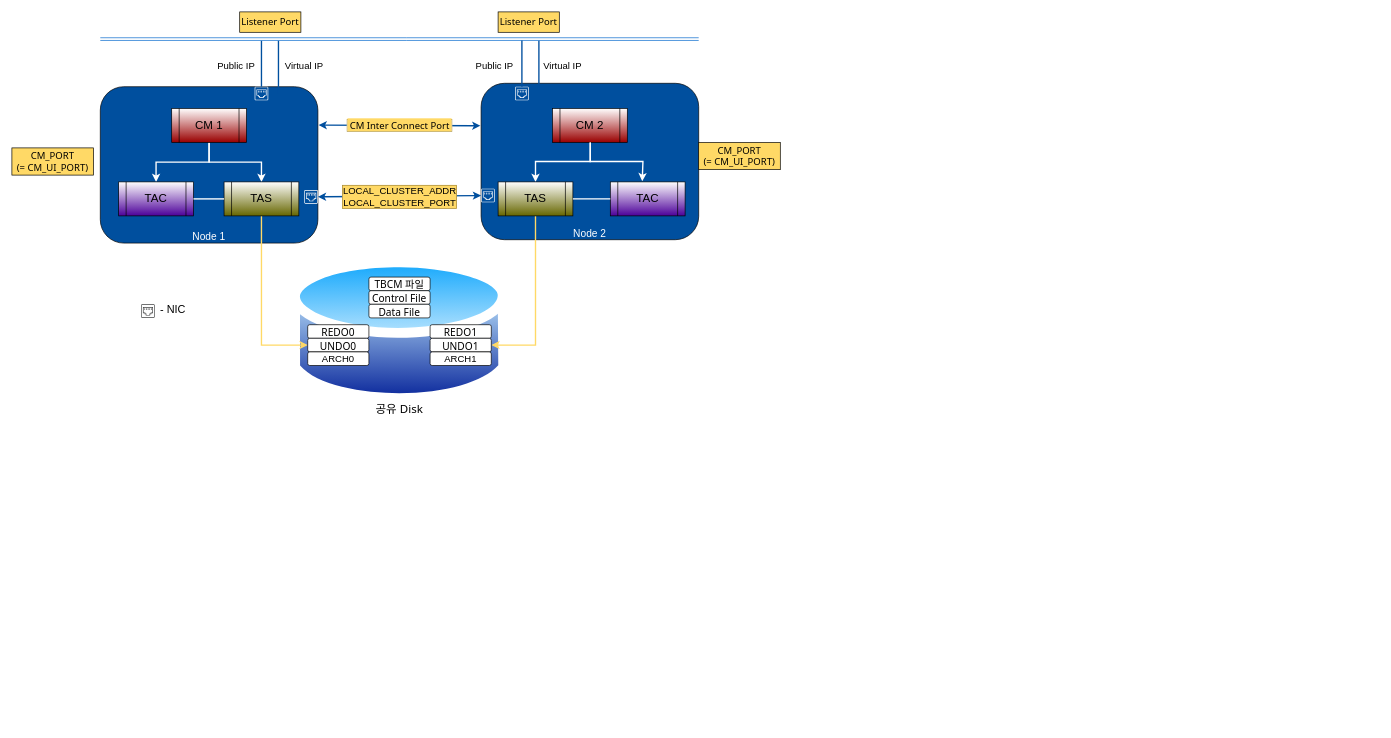
Before: 제목 없는 다이어그램.drawio in jaden7856/AD_Target_Architecture, a draw.io diagram. Source tidied: cells renumbered, new cells numbered last; positions are measured from the earlier drawing's top-left corner, leaving out a move shared by most shapes. Both pictures are drawn from the tidied source at 68%, with x=0, y=0 at pixel (12, 12).
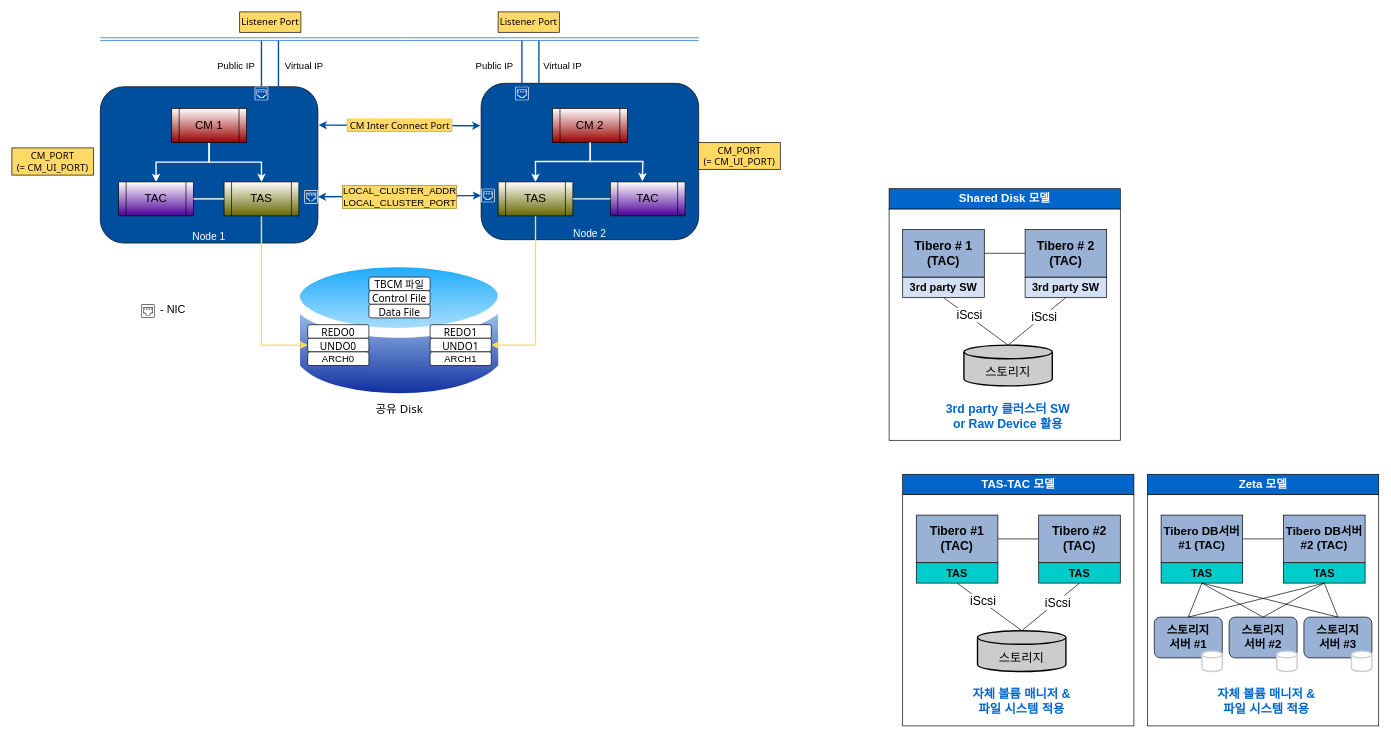
After the change.

Commit message:
제목 없는 다이어그램.drawio 업데이트

Change to the diagram source:
```diff
@@
+    <mxCell id="57" style="group;" parent="1" vertex="1">
+      <mxGeometry x="1290" y="260" width="340" height="370" as="geometry" />
+    </mxCell>
+    <mxCell id="58" style="rounded=0;whiteSpace=wrap;html=1;labelBackgroundColor=none;fontSize=18;fontColor=#0066CC;fillColor=#0066CC;" parent="57" vertex="1">
+      <mxGeometry width="340" height="30" as="geometry" />
+    </mxCell>
+    <mxCell id="59" value="Shared Disk 모델" style="text;html=1;strokeColor=none;fillColor=none;align=center;verticalAlign=middle;whiteSpace=wrap;rounded=0;fontSize=17;fontStyle=1;labelBackgroundColor=none;fontColor=#FFFFFF;" parent="57" vertex="1">
+      <mxGeometry x="100" width="140" height="30" as="geometry" />
+    </mxCell>
+    <mxCell id="60" style="rounded=0;whiteSpace=wrap;html=1;labelBackgroundColor=#0066CC;fontSize=17;" parent="57" vertex="1">
+      <mxGeometry y="30" width="340" height="340" as="geometry" />
+    </mxCell>
+    <mxCell id="61" style="group;" parent="57" vertex="1">
+      <mxGeometry x="20" y="60" width="120" height="100" as="geometry" />
+    </mxCell>
+    <mxCell id="62" style="rounded=0;whiteSpace=wrap;html=1;labelBackgroundColor=#D4E1F5;fontSize=18;fillColor=#D4E1F5;" parent="61" vertex="1">
+      <mxGeometry y="70" width="120" height="30" as="geometry" />
+    </mxCell>
+    <mxCell id="63" style="rounded=0;whiteSpace=wrap;html=1;labelBackgroundColor=#D4E1F5;fontSize=18;fillColor=#98B1D4;" parent="61" vertex="1">
+      <mxGeometry width="120" height="70" as="geometry" />
+    </mxCell>
+    <mxCell id="64" value="&lt;span style=&quot;font-family: &amp;quot;맑은 고딕&amp;quot;; font-size: 16px; text-align: justify;&quot;&gt;3rd party SW&lt;/span&gt;" style="text;html=1;strokeColor=none;fillColor=none;align=center;verticalAlign=middle;whiteSpace=wrap;rounded=0;labelBackgroundColor=none;fontSize=16;fontStyle=1;" parent="61" vertex="1">
+      <mxGeometry y="70" width="120" height="30" as="geometry" />
+    </mxCell>
+    <mxCell id="65" value="Tibero # 1&lt;br style=&quot;font-size: 18px;&quot;&gt;(TAC)" style="text;html=1;strokeColor=none;fillColor=none;align=center;verticalAlign=middle;whiteSpace=wrap;rounded=0;labelBackgroundColor=none;fontSize=18;fontStyle=1;" parent="61" vertex="1">
+      <mxGeometry width="120" height="70" as="geometry" />
+    </mxCell>
+    <mxCell id="66" style="group;" parent="57" vertex="1">
+      <mxGeometry x="200" y="60" width="120" height="100" as="geometry" />
+    </mxCell>
+    <mxCell id="67" style="rounded=0;whiteSpace=wrap;html=1;labelBackgroundColor=#D4E1F5;fontSize=18;fillColor=#D4E1F5;" parent="66" vertex="1">
+      <mxGeometry y="70" width="120" height="30" as="geometry" />
+    </mxCell>
+    <mxCell id="68" style="rounded=0;whiteSpace=wrap;html=1;labelBackgroundColor=#D4E1F5;fontSize=18;fillColor=#98B1D4;" parent="66" vertex="1">
+      <mxGeometry width="120" height="70" as="geometry" />
+    </mxCell>
+    <mxCell id="69" value="&lt;span style=&quot;font-family: &amp;quot;맑은 고딕&amp;quot;; font-size: 16px; text-align: justify;&quot;&gt;3rd party SW&lt;/span&gt;" style="text;html=1;strokeColor=none;fillColor=none;align=center;verticalAlign=middle;whiteSpace=wrap;rounded=0;labelBackgroundColor=none;fontSize=16;fontStyle=1;" parent="66" vertex="1">
+      <mxGeometry y="70" width="120" height="30" as="geometry" />
+    </mxCell>
+    <mxCell id="70" value="Tibero # 2&lt;br style=&quot;font-size: 18px;&quot;&gt;(TAC)" style="text;html=1;strokeColor=none;fillColor=none;align=center;verticalAlign=middle;whiteSpace=wrap;rounded=0;labelBackgroundColor=none;fontSize=18;fontStyle=1;" parent="66" vertex="1">
+      <mxGeometry width="120" height="70" as="geometry" />
+    </mxCell>
+    <mxCell id="71" style="group;fillColor=default;" parent="57" vertex="1">
+      <mxGeometry x="110" y="230" width="130" height="60" as="geometry" />
+    </mxCell>
+    <mxCell id="72" style="strokeWidth=2;html=1;shape=mxgraph.flowchart.database;whiteSpace=wrap;labelBackgroundColor=none;fontSize=18;fillColor=#CCCCCC;" parent="71" vertex="1">
+      <mxGeometry width="130" height="60" as="geometry" />
+    </mxCell>
+    <mxCell id="73" value="스토리지" style="text;html=1;strokeColor=none;fillColor=none;align=center;verticalAlign=middle;whiteSpace=wrap;rounded=0;labelBackgroundColor=none;fontSize=18;" parent="71" vertex="1">
+      <mxGeometry x="25" y="25" width="80" height="30" as="geometry" />
+    </mxCell>
+    <mxCell id="74" style="endArrow=none;html=1;rounded=0;fontSize=18;entryX=0;entryY=0.5;entryDx=0;entryDy=0;exitX=1;exitY=0.5;exitDx=0;exitDy=0;" parent="57" edge="1" source="65" target="70">
+      <mxGeometry relative="1" as="geometry" />
+    </mxCell>
+    <mxCell id="75" style="endArrow=none;html=1;rounded=0;fontSize=18;entryX=0.5;entryY=1;entryDx=0;entryDy=0;exitX=0.5;exitY=0;exitDx=0;exitDy=0;exitPerimeter=0;" parent="57" edge="1" source="72" target="69">
+      <mxGeometry relative="1" as="geometry" />
+    </mxCell>
+    <mxCell id="76" value="iScsi" style="edgeLabel;html=1;align=center;verticalAlign=middle;fontSize=18;" parent="75" vertex="1">
+      <mxGeometry x="0.21" y="-1" relative="1" as="geometry" />
+    </mxCell>
+    <mxCell id="77" style="endArrow=none;html=1;rounded=0;fontSize=18;entryX=0.5;entryY=1;entryDx=0;entryDy=0;exitX=0.5;exitY=0;exitDx=0;exitDy=0;exitPerimeter=0;" parent="57" edge="1" source="72" target="64">
+      <mxGeometry relative="1" as="geometry" />
+    </mxCell>
+    <mxCell id="78" value="iScsi" style="edgeLabel;html=1;align=center;verticalAlign=middle;fontSize=18;" parent="77" vertex="1">
+      <mxGeometry x="0.24" y="-2" relative="1" as="geometry" />
+    </mxCell>
+    <mxCell id="79" value="3rd party 클러스터 SW &lt;br&gt;or Raw Device 활용" style="text;html=1;strokeColor=none;fillColor=none;align=center;verticalAlign=middle;whiteSpace=wrap;rounded=0;labelBackgroundColor=none;fontSize=18;fontColor=#0066CC;fontStyle=1;" parent="57" vertex="1">
+      <mxGeometry x="60" y="320" width="230" height="30" as="geometry" />
+    </mxCell>
+    <mxCell id="80" style="group;" parent="1" vertex="1">
+      <mxGeometry x="1310" y="680" width="340" height="370" as="geometry" />
+    </mxCell>
+    <mxCell id="81" style="rounded=0;whiteSpace=wrap;html=1;labelBackgroundColor=none;fontSize=18;fontColor=#0066CC;fillColor=#0066CC;" parent="80" vertex="1">
+      <mxGeometry width="340" height="30" as="geometry" />
+    </mxCell>
+    <mxCell id="82" value="TAS-TAC 모델" style="text;html=1;strokeColor=none;fillColor=none;align=center;verticalAlign=middle;whiteSpace=wrap;rounded=0;fontSize=17;fontStyle=1;labelBackgroundColor=none;fontColor=#FFFFFF;" parent="80" vertex="1">
+      <mxGeometry x="100" width="140" height="30" as="geometry" />
+    </mxCell>
+    <mxCell id="83" style="rounded=0;whiteSpace=wrap;html=1;labelBackgroundColor=#0066CC;fontSize=17;" parent="80" vertex="1">
+      <mxGeometry y="30" width="340" height="340" as="geometry" />
+    </mxCell>
+    <mxCell id="84" style="group;" parent="80" vertex="1">
+      <mxGeometry x="20" y="60" width="120" height="100" as="geometry" />
+    </mxCell>
+    <mxCell id="85" style="rounded=0;whiteSpace=wrap;html=1;labelBackgroundColor=#D4E1F5;fontSize=18;fillColor=#00CCCC;" parent="84" vertex="1">
+      <mxGeometry y="70" width="120" height="30" as="geometry" />
+    </mxCell>
+    <mxCell id="86" style="rounded=0;whiteSpace=wrap;html=1;labelBackgroundColor=#D4E1F5;fontSize=18;fillColor=#98B1D4;" parent="84" vertex="1">
+      <mxGeometry width="120" height="70" as="geometry" />
+    </mxCell>
+    <mxCell id="87" value="Tibero #1&lt;br style=&quot;font-size: 18px;&quot;&gt;(TAC)" style="text;html=1;strokeColor=none;fillColor=none;align=center;verticalAlign=middle;whiteSpace=wrap;rounded=0;labelBackgroundColor=none;fontSize=18;fontStyle=1;" parent="84" vertex="1">
+      <mxGeometry width="120" height="70" as="geometry" />
+    </mxCell>
+    <mxCell id="88" value="&lt;span style=&quot;font-family: &amp;quot;맑은 고딕&amp;quot;; font-size: 16px; text-align: justify;&quot;&gt;TAS&lt;/span&gt;" style="text;html=1;strokeColor=none;fillColor=none;align=center;verticalAlign=middle;whiteSpace=wrap;rounded=0;labelBackgroundColor=none;fontSize=16;fontStyle=1;" parent="84" vertex="1">
+      <mxGeometry y="70" width="120" height="30" as="geometry" />
+    </mxCell>
+    <mxCell id="89" style="group;" parent="80" vertex="1">
+      <mxGeometry x="200" y="60" width="120" height="100" as="geometry" />
+    </mxCell>
+    <mxCell id="90" style="rounded=0;whiteSpace=wrap;html=1;labelBackgroundColor=#D4E1F5;fontSize=18;fillColor=#00CCCC;" parent="89" vertex="1">
+      <mxGeometry y="70" width="120" height="30" as="geometry" />
+    </mxCell>
+    <mxCell id="91" style="rounded=0;whiteSpace=wrap;html=1;labelBackgroundColor=#D4E1F5;fontSize=18;fillColor=#98B1D4;" parent="89" vertex="1">
+      <mxGeometry width="120" height="70" as="geometry" />
+    </mxCell>
+    <mxCell id="92" value="Tibero #2&lt;br style=&quot;font-size: 18px;&quot;&gt;(TAC)" style="text;html=1;strokeColor=none;fillColor=none;align=center;verticalAlign=middle;whiteSpace=wrap;rounded=0;labelBackgroundColor=none;fontSize=18;fontStyle=1;" parent="89" vertex="1">
+      <mxGeometry width="120" height="70" as="geometry" />
+    </mxCell>
+    <mxCell id="93" value="&lt;span style=&quot;font-family: &amp;quot;맑은 고딕&amp;quot;; font-size: 16px; text-align: justify;&quot;&gt;TAS&lt;/span&gt;" style="text;html=1;strokeColor=none;fillColor=none;align=center;verticalAlign=middle;whiteSpace=wrap;rounded=0;labelBackgroundColor=none;fontSize=16;fontStyle=1;" parent="89" vertex="1">
+      <mxGeometry y="70" width="120" height="30" as="geometry" />
+    </mxCell>
+    <mxCell id="94" style="group;fillColor=default;" parent="80" vertex="1">
+      <mxGeometry x="110" y="230" width="130" height="60" as="geometry" />
+    </mxCell>
+    <mxCell id="95" style="strokeWidth=2;html=1;shape=mxgraph.flowchart.database;whiteSpace=wrap;labelBackgroundColor=none;fontSize=18;fillColor=#CCCCCC;" parent="94" vertex="1">
+      <mxGeometry width="130" height="60" as="geometry" />
+    </mxCell>
+    <mxCell id="96" value="스토리지" style="text;html=1;strokeColor=none;fillColor=none;align=center;verticalAlign=middle;whiteSpace=wrap;rounded=0;labelBackgroundColor=none;fontSize=18;" parent="94" vertex="1">
+      <mxGeometry x="25" y="25" width="80" height="30" as="geometry" />
+    </mxCell>
+    <mxCell id="97" style="endArrow=none;html=1;rounded=0;fontSize=18;entryX=0;entryY=0.5;entryDx=0;entryDy=0;exitX=1;exitY=0.5;exitDx=0;exitDy=0;" parent="80" edge="1" source="87" target="92">
+      <mxGeometry relative="1" as="geometry" />
+    </mxCell>
+    <mxCell id="98" style="endArrow=none;html=1;rounded=0;fontSize=18;entryX=0.5;entryY=1;entryDx=0;entryDy=0;exitX=0.5;exitY=0;exitDx=0;exitDy=0;exitPerimeter=0;" parent="80" edge="1" source="95" target="93">
+      <mxGeometry relative="1" as="geometry" />
+    </mxCell>
+    <mxCell id="99" value="iScsi" style="edgeLabel;html=1;align=center;verticalAlign=middle;fontSize=18;" parent="98" vertex="1">
+      <mxGeometry x="0.21" y="-1" relative="1" as="geometry" />
+    </mxCell>
+    <mxCell id="100" style="endArrow=none;html=1;rounded=0;fontSize=18;entryX=0.5;entryY=1;entryDx=0;entryDy=0;exitX=0.5;exitY=0;exitDx=0;exitDy=0;exitPerimeter=0;" parent="80" edge="1" source="95" target="88">
+      <mxGeometry relative="1" as="geometry" />
+    </mxCell>
+    <mxCell id="101" value="iScsi" style="edgeLabel;html=1;align=center;verticalAlign=middle;fontSize=18;" parent="100" vertex="1">
+      <mxGeometry x="0.24" y="-2" relative="1" as="geometry" />
+    </mxCell>
+    <mxCell id="102" value="자체 볼륨 매니저 &amp;amp;&lt;br&gt;파일 시스템 적용" style="text;html=1;strokeColor=none;fillColor=none;align=center;verticalAlign=middle;whiteSpace=wrap;rounded=0;labelBackgroundColor=none;fontSize=18;fontColor=#0066CC;fontStyle=1;" parent="80" vertex="1">
+      <mxGeometry x="60" y="320" width="230" height="30" as="geometry" />
+    </mxCell>
+    <mxCell id="103" style="group;" parent="1" vertex="1">
+      <mxGeometry x="1670" y="680" width="340" height="370" as="geometry" />
+    </mxCell>
+    <mxCell id="104" style="rounded=0;whiteSpace=wrap;html=1;labelBackgroundColor=none;fontSize=18;fontColor=#0066CC;fillColor=#0066CC;" parent="103" vertex="1">
+      <mxGeometry width="340" height="30" as="geometry" />
+    </mxCell>
+    <mxCell id="105" value="Zeta 모델" style="text;html=1;strokeColor=none;fillColor=none;align=center;verticalAlign=middle;whiteSpace=wrap;rounded=0;fontSize=17;fontStyle=1;labelBackgroundColor=none;fontColor=#FFFFFF;" parent="103" vertex="1">
+      <mxGeometry x="100" width="140" height="30" as="geometry" />
+    </mxCell>
+    <mxCell id="106" style="rounded=0;whiteSpace=wrap;html=1;labelBackgroundColor=#0066CC;fontSize=17;" parent="103" vertex="1">
+      <mxGeometry y="30" width="340" height="340" as="geometry" />
+    </mxCell>
+    <mxCell id="107" style="group;" parent="103" vertex="1">
+      <mxGeometry x="20" y="60" width="120" height="100" as="geometry" />
+    </mxCell>
+    <mxCell id="108" style="rounded=0;whiteSpace=wrap;html=1;labelBackgroundColor=#D4E1F5;fontSize=18;fillColor=#00CCCC;" parent="107" vertex="1">
+      <mxGeometry y="70" width="120" height="30" as="geometry" />
+    </mxCell>
+    <mxCell id="109" style="rounded=0;whiteSpace=wrap;html=1;labelBackgroundColor=#D4E1F5;fontSize=18;fillColor=#98B1D4;" parent="107" vertex="1">
+      <mxGeometry width="120" height="70" as="geometry" />
+    </mxCell>
+    <mxCell id="110" value="Tibero DB서버 #1 (TAC)" style="text;html=1;strokeColor=none;fillColor=none;align=center;verticalAlign=middle;whiteSpace=wrap;rounded=0;labelBackgroundColor=none;fontSize=17;fontStyle=1;" parent="107" vertex="1">
+      <mxGeometry width="120" height="70" as="geometry" />
+    </mxCell>
+    <mxCell id="111" value="&lt;span style=&quot;font-family: &amp;quot;맑은 고딕&amp;quot;; font-size: 16px; text-align: justify;&quot;&gt;TAS&lt;/span&gt;" style="text;html=1;strokeColor=none;fillColor=none;align=center;verticalAlign=middle;whiteSpace=wrap;rounded=0;labelBackgroundColor=none;fontSize=16;fontStyle=1;" parent="107" vertex="1">
+      <mxGeometry y="70" width="120" height="30" as="geometry" />
+    </mxCell>
+    <mxCell id="112" style="group;" parent="103" vertex="1">
+      <mxGeometry x="200" y="60" width="120" height="100" as="geometry" />
+    </mxCell>
+    <mxCell id="113" style="rounded=0;whiteSpace=wrap;html=1;labelBackgroundColor=#D4E1F5;fontSize=18;fillColor=#00CCCC;" parent="112" vertex="1">
+      <mxGeometry y="70" width="120" height="30" as="geometry" />
+    </mxCell>
+    <mxCell id="114" style="rounded=0;whiteSpace=wrap;html=1;labelBackgroundColor=#D4E1F5;fontSize=18;fillColor=#98B1D4;" parent="112" vertex="1">
+      <mxGeometry width="120" height="70" as="geometry" />
+    </mxCell>
+    <mxCell id="115" value="Tibero DB서버 #2 (TAC)" style="text;html=1;strokeColor=none;fillColor=none;align=center;verticalAlign=middle;whiteSpace=wrap;rounded=0;labelBackgroundColor=none;fontSize=17;fontStyle=1;" parent="112" vertex="1">
+      <mxGeometry width="120" height="70" as="geometry" />
+    </mxCell>
+    <mxCell id="116" value="&lt;span style=&quot;font-family: &amp;quot;맑은 고딕&amp;quot;; font-size: 16px; text-align: justify;&quot;&gt;TAS&lt;/span&gt;" style="text;html=1;strokeColor=none;fillColor=none;align=center;verticalAlign=middle;whiteSpace=wrap;rounded=0;labelBackgroundColor=none;fontSize=16;fontStyle=1;" parent="112" vertex="1">
+      <mxGeometry y="70" width="120" height="30" as="geometry" />
+    </mxCell>
+    <mxCell id="117" style="endArrow=none;html=1;rounded=0;fontSize=18;entryX=0;entryY=0.5;entryDx=0;entryDy=0;exitX=1;exitY=0.5;exitDx=0;exitDy=0;" parent="103" edge="1" source="110" target="115">
+      <mxGeometry relative="1" as="geometry" />
+    </mxCell>
+    <mxCell id="118" value="자체 볼륨 매니저 &amp;amp;&lt;br&gt;파일 시스템 적용" style="text;html=1;strokeColor=none;fillColor=none;align=center;verticalAlign=middle;whiteSpace=wrap;rounded=0;labelBackgroundColor=none;fontSize=18;fontColor=#0066CC;fontStyle=1;" parent="103" vertex="1">
+      <mxGeometry x="60" y="320" width="230" height="30" as="geometry" />
+    </mxCell>
+    <mxCell id="119" value="스토리지&lt;br&gt;서버 #1" style="rounded=1;whiteSpace=wrap;html=1;labelBackgroundColor=none;fontSize=17;fontColor=#000000;fillColor=#98B1D4;fontStyle=1;" parent="103" vertex="1">
+      <mxGeometry x="10" y="210" width="100" height="60" as="geometry" />
+    </mxCell>
+    <mxCell id="120" value="스토리지&lt;br&gt;서버 #2" style="rounded=1;whiteSpace=wrap;html=1;labelBackgroundColor=none;fontSize=17;fontColor=#000000;fillColor=#98B1D4;fontStyle=1;" parent="103" vertex="1">
+      <mxGeometry x="120" y="210" width="100" height="60" as="geometry" />
+    </mxCell>
+    <mxCell id="121" value="스토리지&lt;br&gt;서버 #3" style="rounded=1;whiteSpace=wrap;html=1;labelBackgroundColor=none;fontSize=17;fontColor=#000000;fillColor=#98B1D4;fontStyle=1;" parent="103" vertex="1">
+      <mxGeometry x="230" y="210" width="100" height="60" as="geometry" />
+    </mxCell>
+    <mxCell id="122" style="strokeWidth=2;html=1;shape=mxgraph.flowchart.database;whiteSpace=wrap;labelBackgroundColor=none;fontSize=17;fontColor=#000000;fillColor=#FFFFFF;strokeColor=#CCCCCC;" parent="103" vertex="1">
+      <mxGeometry x="80" y="260" width="30" height="30" as="geometry" />
+    </mxCell>
+    <mxCell id="123" style="strokeWidth=2;html=1;shape=mxgraph.flowchart.database;whiteSpace=wrap;labelBackgroundColor=none;fontSize=17;fontColor=#000000;fillColor=#FFFFFF;strokeColor=#CCCCCC;" parent="103" vertex="1">
+      <mxGeometry x="190" y="260" width="30" height="30" as="geometry" />
+    </mxCell>
+    <mxCell id="124" style="strokeWidth=2;html=1;shape=mxgraph.flowchart.database;whiteSpace=wrap;labelBackgroundColor=none;fontSize=17;fontColor=#000000;fillColor=#FFFFFF;strokeColor=#CCCCCC;" parent="103" vertex="1">
+      <mxGeometry x="300" y="260" width="30" height="30" as="geometry" />
+    </mxCell>
+    <mxCell id="125" style="endArrow=none;html=1;rounded=0;fontSize=17;fontColor=#000000;entryX=0.5;entryY=1;entryDx=0;entryDy=0;exitX=0.5;exitY=0;exitDx=0;exitDy=0;" parent="103" edge="1" source="119" target="111">
+      <mxGeometry relative="1" as="geometry" />
+    </mxCell>
+    <mxCell id="126" style="endArrow=none;html=1;rounded=0;fontSize=17;fontColor=#000000;entryX=0.5;entryY=1;entryDx=0;entryDy=0;exitX=0.5;exitY=0;exitDx=0;exitDy=0;" parent="103" edge="1" source="120" target="111">
+      <mxGeometry x="0.59" y="-26" relative="1" as="geometry" />
+    </mxCell>
+    <mxCell id="127" style="endArrow=none;html=1;rounded=0;fontSize=17;fontColor=#000000;entryX=0.5;entryY=1;entryDx=0;entryDy=0;exitX=0.5;exitY=0;exitDx=0;exitDy=0;" parent="103" edge="1" source="121" target="111">
+      <mxGeometry x="0.59" y="-26" relative="1" as="geometry" />
+    </mxCell>
+    <mxCell id="128" style="endArrow=none;html=1;rounded=0;fontSize=17;fontColor=#000000;entryX=0.5;entryY=1;entryDx=0;entryDy=0;exitX=0.5;exitY=0;exitDx=0;exitDy=0;" parent="103" edge="1" source="121" target="116">
+      <mxGeometry x="1" y="-210" relative="1" as="geometry">
+        <mxPoint x="41" y="-58" as="offset" />
+      </mxGeometry>
+    </mxCell>
+    <mxCell id="129" style="endArrow=none;html=1;rounded=0;fontSize=17;fontColor=#000000;entryX=0.5;entryY=1;entryDx=0;entryDy=0;exitX=0.5;exitY=0;exitDx=0;exitDy=0;" parent="103" edge="1" source="120" target="116">
+      <mxGeometry x="1" y="-210" relative="1" as="geometry">
+        <mxPoint x="41" y="-58" as="offset" />
+      </mxGeometry>
+    </mxCell>
+    <mxCell id="130" style="endArrow=none;html=1;rounded=0;fontSize=17;fontColor=#000000;entryX=0.5;entryY=1;entryDx=0;entryDy=0;exitX=0.5;exitY=0;exitDx=0;exitDy=0;" parent="103" edge="1" source="119" target="116">
+      <mxGeometry x="1" y="-210" relative="1" as="geometry">
+        <mxPoint x="41" y="-58" as="offset" />
+      </mxGeometry>
+    </mxCell>
```
